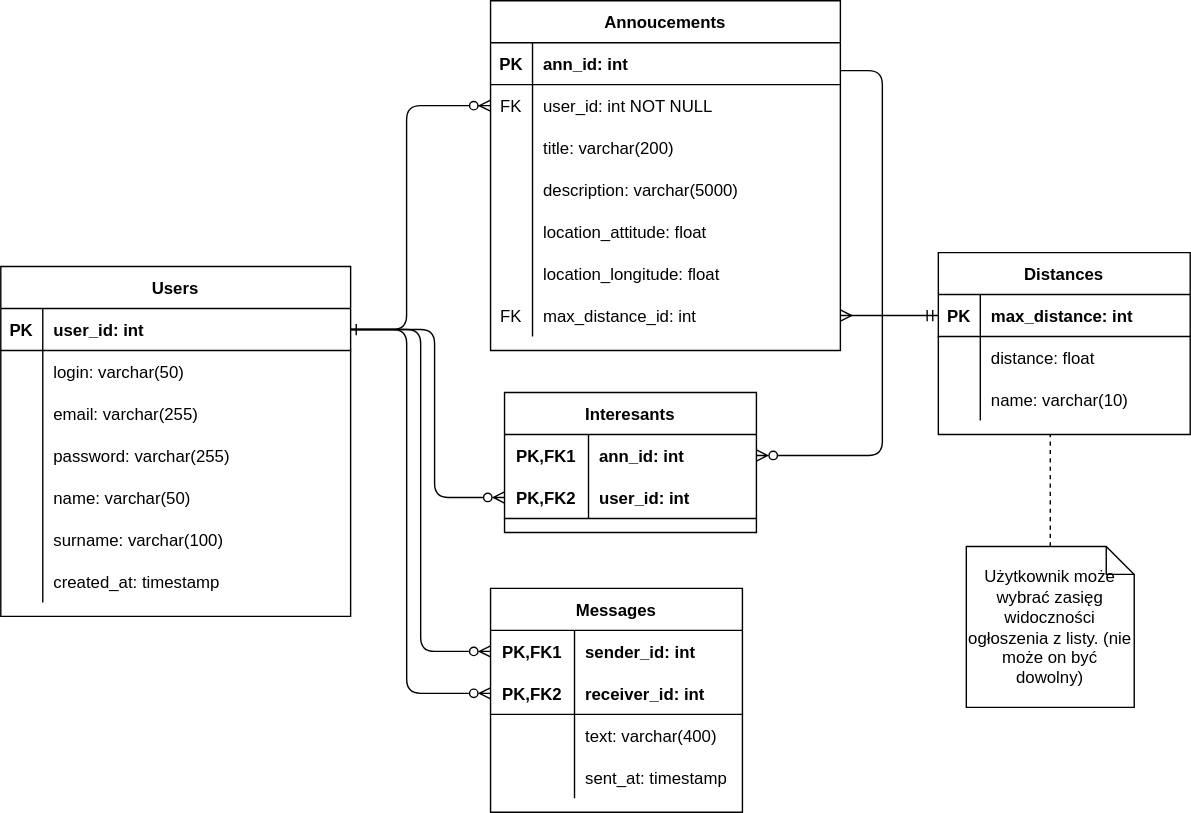
CKTA00/WDPAI_project keeps this draw.io diagram as database_model.svg. Above is the earlier version. Source tidied: cells renumbered, new cells last; positions are measured from the earlier drawing's top-left corner, leaving out a move shared by most shapes.
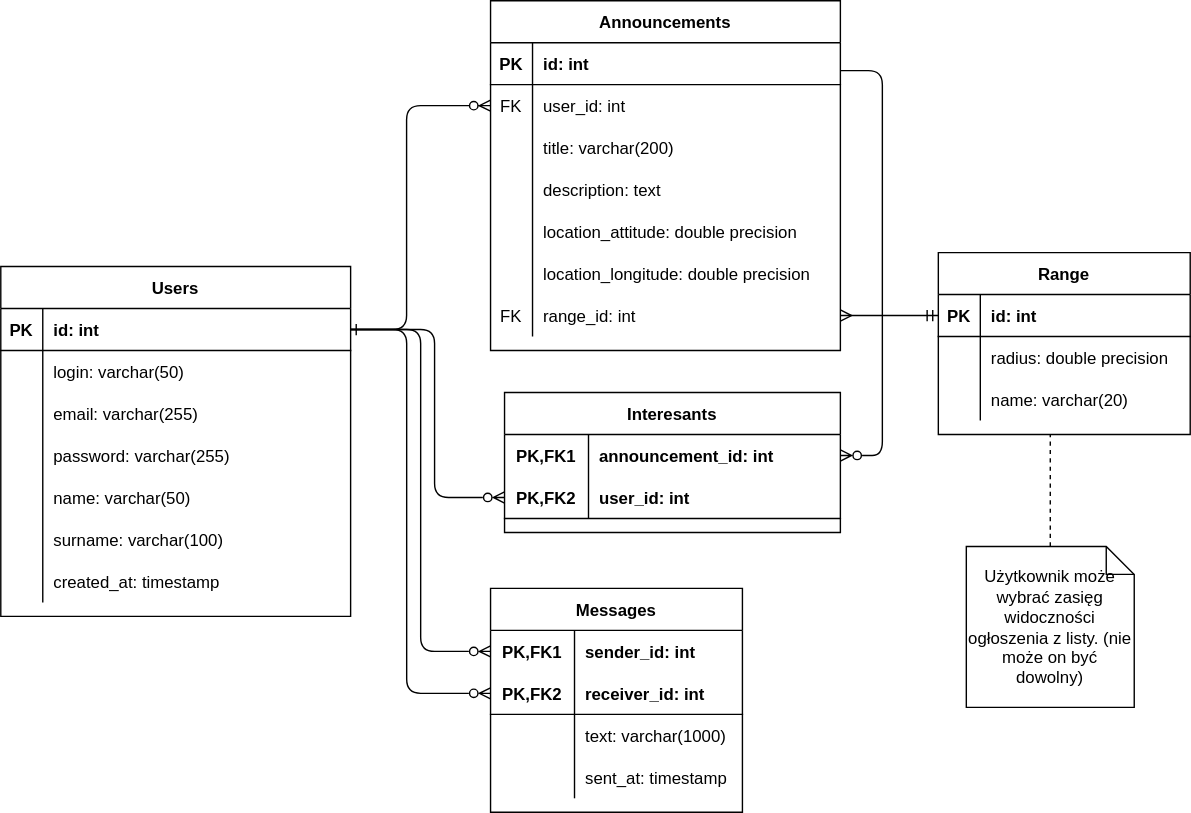
The same diagram one commit later.

Commit message:
Renamed tables and columns in database model

Renamed tables and columns in database model to be consistent with online database.

Diff of the diagram source:
```diff
@@ -9,7 +9,7 @@
         </Array>
       </mxGeometry>
     </mxCell>
-    <mxCell id="3" value="Annoucements" style="shape=table;startSize=30;rowLines=0;fontStyle=1;align=center;" parent="1" vertex="1">
+    <mxCell id="3" value="Announcements" style="shape=table;startSize=30;rowLines=0;fontStyle=1;align=center;" parent="1" vertex="1">
       <mxGeometry x="350" width="250" height="250" as="geometry" />
     </mxCell>
     <mxCell id="4" style="shape=partialRectangle;fillColor=none;top=0;left=0;right=0;bottom=1;" parent="3" vertex="1">
@@ -18,7 +18,7 @@
     <mxCell id="5" value="PK" style="shape=partialRectangle;overflow=hidden;fillColor=none;top=0;left=0;bottom=0;right=0;fontStyle=1;" parent="4" vertex="1">
       <mxGeometry width="30" height="30" as="geometry" />
     </mxCell>
-    <mxCell id="6" value="ann_id: int " style="shape=partialRectangle;overflow=hidden;fillColor=none;top=0;left=0;bottom=0;right=0;align=left;spacingLeft=6;fontStyle=1;" parent="4" vertex="1">
+    <mxCell id="6" value="id: int " style="shape=partialRectangle;overflow=hidden;fillColor=none;top=0;left=0;bottom=0;right=0;align=left;spacingLeft=6;fontStyle=1;" parent="4" vertex="1">
       <mxGeometry x="30" width="220" height="30" as="geometry" />
     </mxCell>
     <mxCell id="7" style="shape=partialRectangle;fillColor=none;points=[[0,0.5],[1,0.5]];portConstraint=eastwest;top=0;left=0;right=0;bottom=0;" parent="3" vertex="1">
@@ -27,7 +27,7 @@
     <mxCell id="8" value="FK" style="shape=partialRectangle;overflow=hidden;fillColor=none;top=0;left=0;bottom=0;right=0;" parent="7" vertex="1">
       <mxGeometry width="30" height="30" as="geometry" />
     </mxCell>
-    <mxCell id="9" value="user_id: int NOT NULL" style="shape=partialRectangle;overflow=hidden;fillColor=none;top=0;left=0;bottom=0;right=0;align=left;spacingLeft=6;" parent="7" vertex="1">
+    <mxCell id="9" value="user_id: int" style="shape=partialRectangle;overflow=hidden;fillColor=none;top=0;left=0;bottom=0;right=0;align=left;spacingLeft=6;" parent="7" vertex="1">
       <mxGeometry x="30" width="220" height="30" as="geometry" />
     </mxCell>
     <mxCell id="10" style="shape=partialRectangle;fillColor=none;top=0;left=0;right=0;bottom=0;" parent="3" vertex="1">
@@ -45,7 +45,7 @@
     <mxCell id="14" style="shape=partialRectangle;overflow=hidden;fillColor=none;top=0;left=0;bottom=0;right=0;" parent="13" vertex="1">
       <mxGeometry width="30" height="30" as="geometry" />
     </mxCell>
-    <mxCell id="15" value="description: varchar(5000)" style="shape=partialRectangle;overflow=hidden;fillColor=none;top=0;left=0;bottom=0;right=0;align=left;spacingLeft=6;" parent="13" vertex="1">
+    <mxCell id="15" value="description: text" style="shape=partialRectangle;overflow=hidden;fillColor=none;top=0;left=0;bottom=0;right=0;align=left;spacingLeft=6;" parent="13" vertex="1">
       <mxGeometry x="30" width="220" height="30" as="geometry" />
     </mxCell>
     <mxCell id="16" style="shape=partialRectangle;fillColor=none;top=0;left=0;right=0;bottom=0;" parent="3" vertex="1">
@@ -54,7 +54,7 @@
     <mxCell id="17" style="shape=partialRectangle;overflow=hidden;fillColor=none;top=0;left=0;bottom=0;right=0;" parent="16" vertex="1">
       <mxGeometry width="30" height="30" as="geometry" />
     </mxCell>
-    <mxCell id="18" value="location_attitude: float" style="shape=partialRectangle;overflow=hidden;fillColor=none;top=0;left=0;bottom=0;right=0;align=left;spacingLeft=6;" parent="16" vertex="1">
+    <mxCell id="18" value="location_attitude: double precision" style="shape=partialRectangle;overflow=hidden;fillColor=none;top=0;left=0;bottom=0;right=0;align=left;spacingLeft=6;" parent="16" vertex="1">
       <mxGeometry x="30" width="220" height="30" as="geometry" />
     </mxCell>
     <mxCell id="19" style="shape=partialRectangle;fillColor=none;top=0;left=0;right=0;bottom=0;" parent="3" vertex="1">
@@ -63,7 +63,7 @@
     <mxCell id="20" style="shape=partialRectangle;overflow=hidden;fillColor=none;top=0;left=0;bottom=0;right=0;" parent="19" vertex="1">
       <mxGeometry width="30" height="30" as="geometry" />
     </mxCell>
-    <mxCell id="21" value="location_longitude: float" style="shape=partialRectangle;overflow=hidden;fillColor=none;top=0;left=0;bottom=0;right=0;align=left;spacingLeft=6;" parent="19" vertex="1">
+    <mxCell id="21" value="location_longitude: double precision" style="shape=partialRectangle;overflow=hidden;fillColor=none;top=0;left=0;bottom=0;right=0;align=left;spacingLeft=6;" parent="19" vertex="1">
       <mxGeometry x="30" width="220" height="30" as="geometry" />
     </mxCell>
     <mxCell id="22" style="shape=partialRectangle;fillColor=none;points=[[0,0.5],[1,0.5]];portConstraint=eastwest;top=0;left=0;right=0;bottom=0;" parent="3" vertex="1">
@@ -72,7 +72,7 @@
     <mxCell id="23" value="FK" style="shape=partialRectangle;overflow=hidden;fillColor=none;top=0;left=0;bottom=0;right=0;" parent="22" vertex="1">
       <mxGeometry width="30" height="30" as="geometry" />
     </mxCell>
-    <mxCell id="24" value="max_distance_id: int" style="shape=partialRectangle;overflow=hidden;fillColor=none;top=0;left=0;bottom=0;right=0;align=left;spacingLeft=6;" parent="22" vertex="1">
+    <mxCell id="24" value="range_id: int" style="shape=partialRectangle;overflow=hidden;fillColor=none;top=0;left=0;bottom=0;right=0;align=left;spacingLeft=6;" parent="22" vertex="1">
       <mxGeometry x="30" width="220" height="30" as="geometry" />
     </mxCell>
     <mxCell id="25" value="Users" style="shape=table;startSize=30;rowLines=0;fontStyle=1;align=center;" parent="1" vertex="1">
@@ -84,7 +84,7 @@
     <mxCell id="27" value="PK" style="shape=partialRectangle;overflow=hidden;fillColor=none;top=0;left=0;bottom=0;right=0;fontStyle=1;" parent="26" vertex="1">
       <mxGeometry width="30" height="30" as="geometry" />
     </mxCell>
-    <mxCell id="28" value="user_id: int" style="shape=partialRectangle;overflow=hidden;fillColor=none;top=0;left=0;bottom=0;right=0;align=left;spacingLeft=6;fontStyle=1;" parent="26" vertex="1">
+    <mxCell id="28" value="id: int" style="shape=partialRectangle;overflow=hidden;fillColor=none;top=0;left=0;bottom=0;right=0;align=left;spacingLeft=6;fontStyle=1;" parent="26" vertex="1">
       <mxGeometry x="30" width="220" height="30" as="geometry" />
     </mxCell>
     <mxCell id="29" style="shape=partialRectangle;fillColor=none;top=0;left=0;right=0;bottom=0;" parent="25" vertex="1">
@@ -142,25 +142,25 @@
       <mxGeometry x="30" width="220" height="30" as="geometry" />
     </mxCell>
     <mxCell id="47" value="Interesants" style="shape=table;startSize=30;rowLines=0;fontStyle=1;align=center;" parent="1" vertex="1">
-      <mxGeometry x="360" y="280" width="180" height="100" as="geometry" />
+      <mxGeometry x="360" y="280" width="240" height="100" as="geometry" />
     </mxCell>
     <mxCell id="48" style="shape=partialRectangle;fillColor=none;top=0;left=0;bottom=0;right=0;points=[[0,0.5],[1,0.5]];portConstraint=eastwest;" parent="47" vertex="1">
-      <mxGeometry y="30" width="180" height="30" as="geometry" />
+      <mxGeometry y="30" width="240" height="30" as="geometry" />
     </mxCell>
     <mxCell id="49" value="PK,FK1" style="shape=partialRectangle;fillColor=none;top=0;left=0;bottom=0;right=0;fontStyle=1;overflow=hidden;" parent="48" vertex="1">
       <mxGeometry width="60" height="30" as="geometry" />
     </mxCell>
-    <mxCell id="50" value="ann_id: int" style="shape=partialRectangle;fillColor=none;top=0;left=0;bottom=0;right=0;align=left;spacingLeft=6;fontStyle=1;overflow=hidden;" parent="48" vertex="1">
-      <mxGeometry x="60" width="120" height="30" as="geometry" />
+    <mxCell id="50" value="announcement_id: int" style="shape=partialRectangle;fillColor=none;top=0;left=0;bottom=0;right=0;align=left;spacingLeft=6;fontStyle=1;overflow=hidden;" parent="48" vertex="1">
+      <mxGeometry x="60" width="180" height="30" as="geometry" />
     </mxCell>
     <mxCell id="51" style="shape=partialRectangle;fillColor=none;top=0;left=0;bottom=1;right=0;points=[[0,0.5],[1,0.5]];portConstraint=eastwest;" parent="47" vertex="1">
-      <mxGeometry y="60" width="180" height="30" as="geometry" />
+      <mxGeometry y="60" width="240" height="30" as="geometry" />
     </mxCell>
     <mxCell id="52" value="PK,FK2" style="shape=partialRectangle;fillColor=none;top=0;left=0;bottom=0;right=0;fontStyle=1;overflow=hidden;" parent="51" vertex="1">
       <mxGeometry width="60" height="30" as="geometry" />
     </mxCell>
     <mxCell id="53" value="user_id: int" style="shape=partialRectangle;fillColor=none;top=0;left=0;bottom=0;right=0;align=left;spacingLeft=6;fontStyle=1;overflow=hidden;" parent="51" vertex="1">
-      <mxGeometry x="60" width="120" height="30" as="geometry" />
+      <mxGeometry x="60" width="180" height="30" as="geometry" />
     </mxCell>
     <mxCell id="54" style="edgeStyle=entityRelationEdgeStyle;fontSize=12;html=1;endArrow=ERzeroToMany;rounded=1;entryX=1;entryY=0.5;entryDx=0;entryDy=0;endFill=0;" parent="1" edge="1" target="48">
       <mxGeometry relative="1" as="geometry">
@@ -174,7 +174,7 @@
         </Array>
       </mxGeometry>
     </mxCell>
-    <mxCell id="56" value="Distances" style="shape=table;startSize=30;rowLines=0;fontStyle=1;align=center;" parent="1" vertex="1">
+    <mxCell id="56" value="Range" style="shape=table;startSize=30;rowLines=0;fontStyle=1;align=center;" parent="1" vertex="1">
       <mxGeometry x="670" y="180" width="180" height="130" as="geometry" />
     </mxCell>
     <mxCell id="57" style="shape=partialRectangle;fillColor=none;top=0;left=0;bottom=1;right=0;points=[[0,0.5],[1,0.5]];portConstraint=eastwest;" parent="56" vertex="1">
@@ -183,7 +183,7 @@
     <mxCell id="58" value="PK" style="shape=partialRectangle;fillColor=none;top=0;left=0;bottom=0;right=0;fontStyle=1;overflow=hidden;" parent="57" vertex="1">
       <mxGeometry width="30" height="30" as="geometry" />
     </mxCell>
-    <mxCell id="59" value="max_distance: int" style="shape=partialRectangle;fillColor=none;top=0;left=0;bottom=0;right=0;align=left;spacingLeft=6;fontStyle=1;overflow=hidden;" parent="57" vertex="1">
+    <mxCell id="59" value="id: int" style="shape=partialRectangle;fillColor=none;top=0;left=0;bottom=0;right=0;align=left;spacingLeft=6;fontStyle=1;overflow=hidden;" parent="57" vertex="1">
       <mxGeometry x="30" width="150" height="30" as="geometry" />
     </mxCell>
     <mxCell id="60" style="shape=partialRectangle;fillColor=none;top=0;left=0;bottom=0;right=0;" parent="56" vertex="1">
@@ -192,7 +192,7 @@
     <mxCell id="61" style="shape=partialRectangle;fillColor=none;top=0;left=0;bottom=0;right=0;overflow=hidden;" parent="60" vertex="1">
       <mxGeometry width="30" height="30" as="geometry" />
     </mxCell>
-    <mxCell id="62" value="distance: float" style="shape=partialRectangle;fillColor=none;top=0;left=0;bottom=0;right=0;align=left;spacingLeft=6;overflow=hidden;" parent="60" vertex="1">
+    <mxCell id="62" value="radius: double precision" style="shape=partialRectangle;fillColor=none;top=0;left=0;bottom=0;right=0;align=left;spacingLeft=6;overflow=hidden;" parent="60" vertex="1">
       <mxGeometry x="30" width="150" height="30" as="geometry" />
     </mxCell>
     <mxCell id="63" style="shape=partialRectangle;fillColor=none;top=0;left=0;bottom=0;right=0;" parent="56" vertex="1">
@@ -201,7 +201,7 @@
     <mxCell id="64" style="shape=partialRectangle;fillColor=none;top=0;left=0;bottom=0;right=0;overflow=hidden;" parent="63" vertex="1">
       <mxGeometry width="30" height="30" as="geometry" />
     </mxCell>
-    <mxCell id="65" value="name: varchar(10)" style="shape=partialRectangle;fillColor=none;top=0;left=0;bottom=0;right=0;align=left;spacingLeft=6;overflow=hidden;" parent="63" vertex="1">
+    <mxCell id="65" value="name: varchar(20)" style="shape=partialRectangle;fillColor=none;top=0;left=0;bottom=0;right=0;align=left;spacingLeft=6;overflow=hidden;" parent="63" vertex="1">
       <mxGeometry x="30" width="150" height="30" as="geometry" />
     </mxCell>
     <mxCell id="66" style="edgeStyle=entityRelationEdgeStyle;fontSize=12;html=1;endArrow=ERmandOne;startArrow=ERmany;rounded=1;strokeWidth=1;exitX=1;exitY=0.5;exitDx=0;exitDy=0;entryX=0;entryY=0.5;entryDx=0;entryDy=0;endFill=0;startFill=0;" parent="1" edge="1" source="22" target="57">
@@ -246,7 +246,7 @@
     <mxCell id="77" style="shape=partialRectangle;fillColor=none;top=0;left=0;bottom=0;right=0;overflow=hidden;" parent="76" vertex="1">
       <mxGeometry width="60" height="30" as="geometry" />
     </mxCell>
-    <mxCell id="78" value="text: varchar(400)" style="shape=partialRectangle;fillColor=none;top=0;left=0;bottom=0;right=0;align=left;spacingLeft=6;overflow=hidden;" parent="76" vertex="1">
+    <mxCell id="78" value="text: varchar(1000)" style="shape=partialRectangle;fillColor=none;top=0;left=0;bottom=0;right=0;align=left;spacingLeft=6;overflow=hidden;" parent="76" vertex="1">
       <mxGeometry x="60" width="120" height="30" as="geometry" />
     </mxCell>
     <mxCell id="79" style="shape=partialRectangle;fillColor=none;top=0;left=0;bottom=0;right=0;" parent="69" vertex="1">
```
